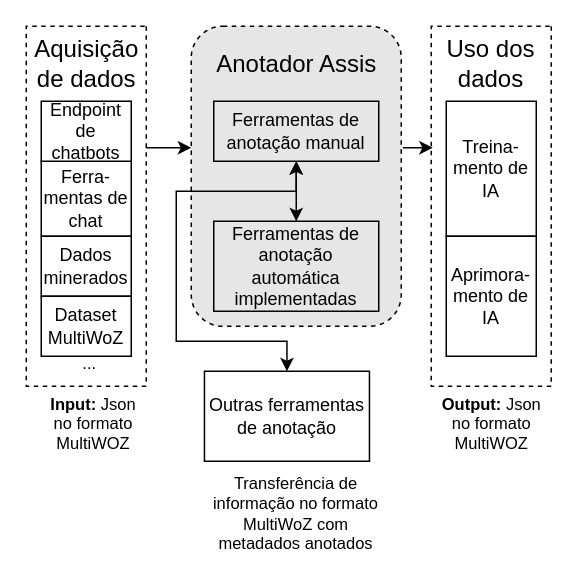
Ze-Carioca-Team/Anotador keeps this draw.io diagram as Paper/Diagrams/methodology_many_tools.drawio. Above is the earlier version. Source tidied: cells renumbered, new cells numbered last; positions are measured from the earlier drawing's top-left corner, leaving out a move shared by most shapes. Both pictures are drawn from the tidied source at 150%, with x=0, y=0 at pixel (26, 26).
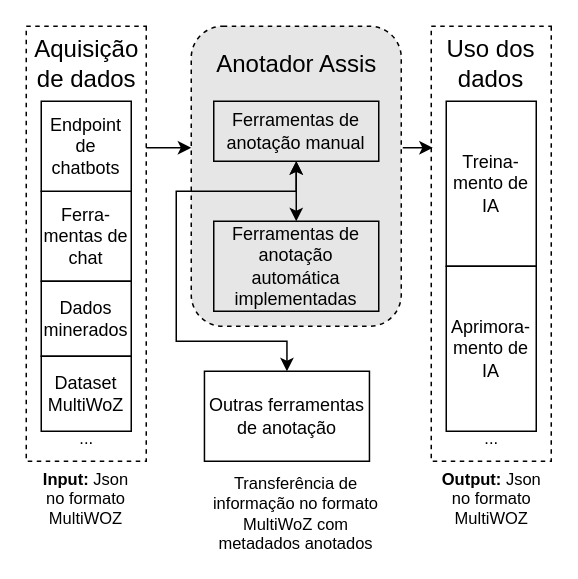
Above is the later version.

Commit message:
Better sides

The edit, as a diff of the source:
```diff
@@
     <mxCell id="3" style="rounded=1;whiteSpace=wrap;html=1;dashed=1;rotation=0;direction=south;arcSize=0;fillColor=none;" parent="1" vertex="1">
-      <mxGeometry width="80" height="240" as="geometry" />
+      <mxGeometry width="80" height="290" as="geometry" />
     </mxCell>
     <mxCell id="4" value="Ferra-mentas de chat" style="rounded=0;whiteSpace=wrap;html=1;" parent="1" vertex="1">
-      <mxGeometry x="10" y="90" width="60" height="50" as="geometry" />
+      <mxGeometry x="10" y="110" width="60" height="60" as="geometry" />
     </mxCell>
     <mxCell id="5" value="Dados minerados" style="rounded=0;whiteSpace=wrap;html=1;" parent="1" vertex="1">
-      <mxGeometry x="10" y="140" width="60" height="40" as="geometry" />
+      <mxGeometry x="10" y="170" width="60" height="50" as="geometry" />
     </mxCell>
     <mxCell id="6" value="Endpoint de chatbots" style="rounded=0;whiteSpace=wrap;html=1;" parent="1" vertex="1">
-      <mxGeometry x="10" y="50" width="60" height="40" as="geometry" />
+      <mxGeometry x="10" y="50" width="60" height="60" as="geometry" />
     </mxCell>
     <mxCell id="7" value="&lt;div&gt;Dataset MultiWoZ&lt;br&gt;&lt;/div&gt;" style="rounded=0;whiteSpace=wrap;html=1;" parent="1" vertex="1">
-      <mxGeometry x="10" y="180" width="60" height="40" as="geometry" />
+      <mxGeometry x="10" y="220" width="60" height="50" as="geometry" />
     </mxCell>
@@
     <mxCell id="11" value="&lt;b&gt;Input:&lt;/b&gt; Json no formato MultiWOZ" style="text;html=1;strokeColor=none;fillColor=none;align=center;verticalAlign=middle;whiteSpace=wrap;rounded=0;dashed=1;fontSize=11;" parent="1" vertex="1">
-      <mxGeometry x="15" y="250" width="60" height="30" as="geometry" />
+      <mxGeometry x="10" y="300" width="60" height="30" as="geometry" />
     </mxCell>
@@
     <mxCell id="13" style="rounded=1;whiteSpace=wrap;html=1;dashed=1;rotation=0;direction=south;arcSize=0;fillColor=none;" parent="1" vertex="1">
-      <mxGeometry x="270" width="80" height="240" as="geometry" />
+      <mxGeometry x="270" width="80" height="290" as="geometry" />
     </mxCell>
@@
     <mxCell id="15" value="Treina-mento de IA" style="rounded=0;whiteSpace=wrap;html=1;" parent="1" vertex="1">
-      <mxGeometry x="280" y="50" width="60" height="90" as="geometry" />
+      <mxGeometry x="280" y="50" width="60" height="110" as="geometry" />
     </mxCell>
     <mxCell id="16" value="&lt;b&gt;Output:&lt;/b&gt; Json no formato MultiWOZ" style="text;html=1;strokeColor=none;fillColor=none;align=center;verticalAlign=middle;whiteSpace=wrap;rounded=0;dashed=1;fontSize=11;" parent="1" vertex="1">
-      <mxGeometry x="272.5" y="250" width="75" height="30" as="geometry" />
+      <mxGeometry x="272.5" y="300" width="75" height="30" as="geometry" />
     </mxCell>
@@
     <mxCell id="19" value="..." style="text;html=1;strokeColor=none;fillColor=none;align=center;verticalAlign=middle;whiteSpace=wrap;rounded=0;dashed=1;fontSize=11;" parent="1" vertex="1">
-      <mxGeometry x="15" y="210" width="55" height="30" as="geometry" />
+      <mxGeometry x="12.5" y="260" width="55" height="30" as="geometry" />
     </mxCell>
@@
     <mxCell id="24" value="Aprimora-&lt;br&gt;mento de&lt;br&gt;IA" style="rounded=0;whiteSpace=wrap;html=1;" parent="1" vertex="1">
-      <mxGeometry x="280" y="140" width="60" height="80" as="geometry" />
+      <mxGeometry x="280" y="160" width="60" height="110" as="geometry" />
     </mxCell>
+    <mxCell id="25" value="..." style="text;html=1;strokeColor=none;fillColor=none;align=center;verticalAlign=middle;whiteSpace=wrap;rounded=0;dashed=1;fontSize=11;" parent="1" vertex="1">
+      <mxGeometry x="282.5" y="260" width="55" height="30" as="geometry" />
+    </mxCell>
```
